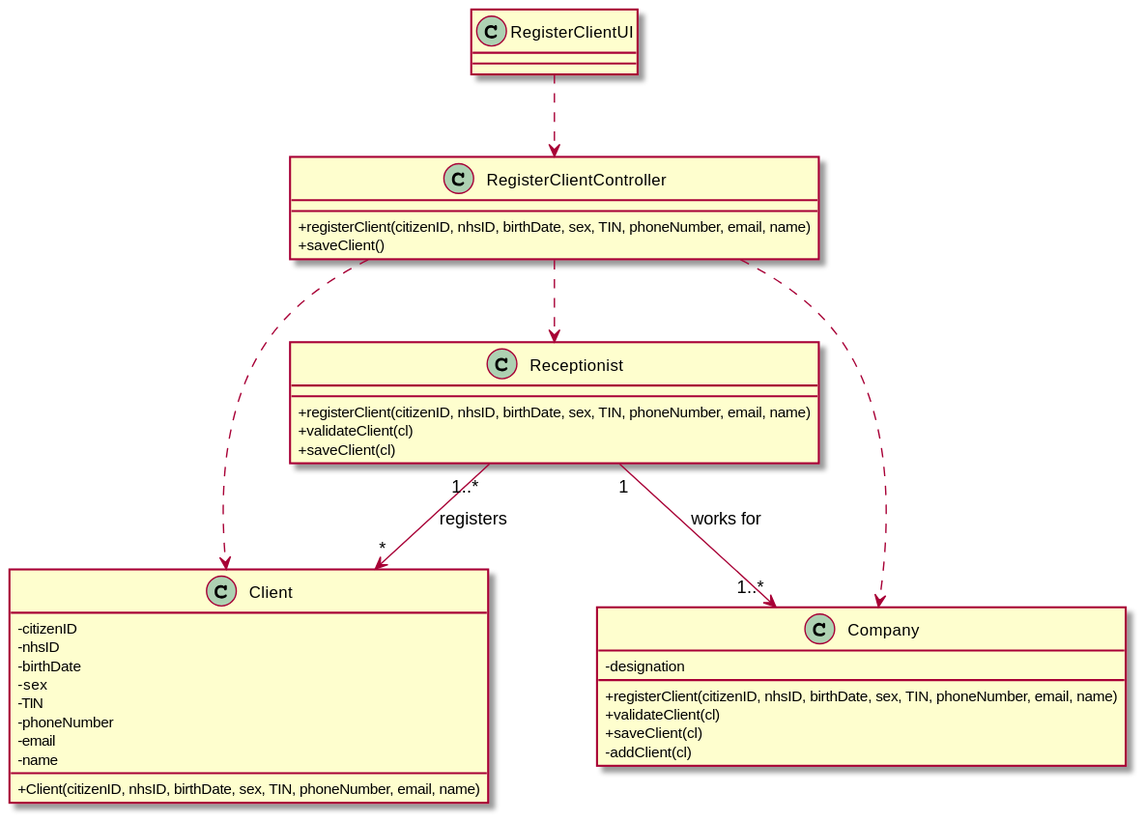
The PlantUML diagram docs/SprintB/US03/US03-CD.svg in 0franciscor/lei-21-s2-1de-g19, before a commit.
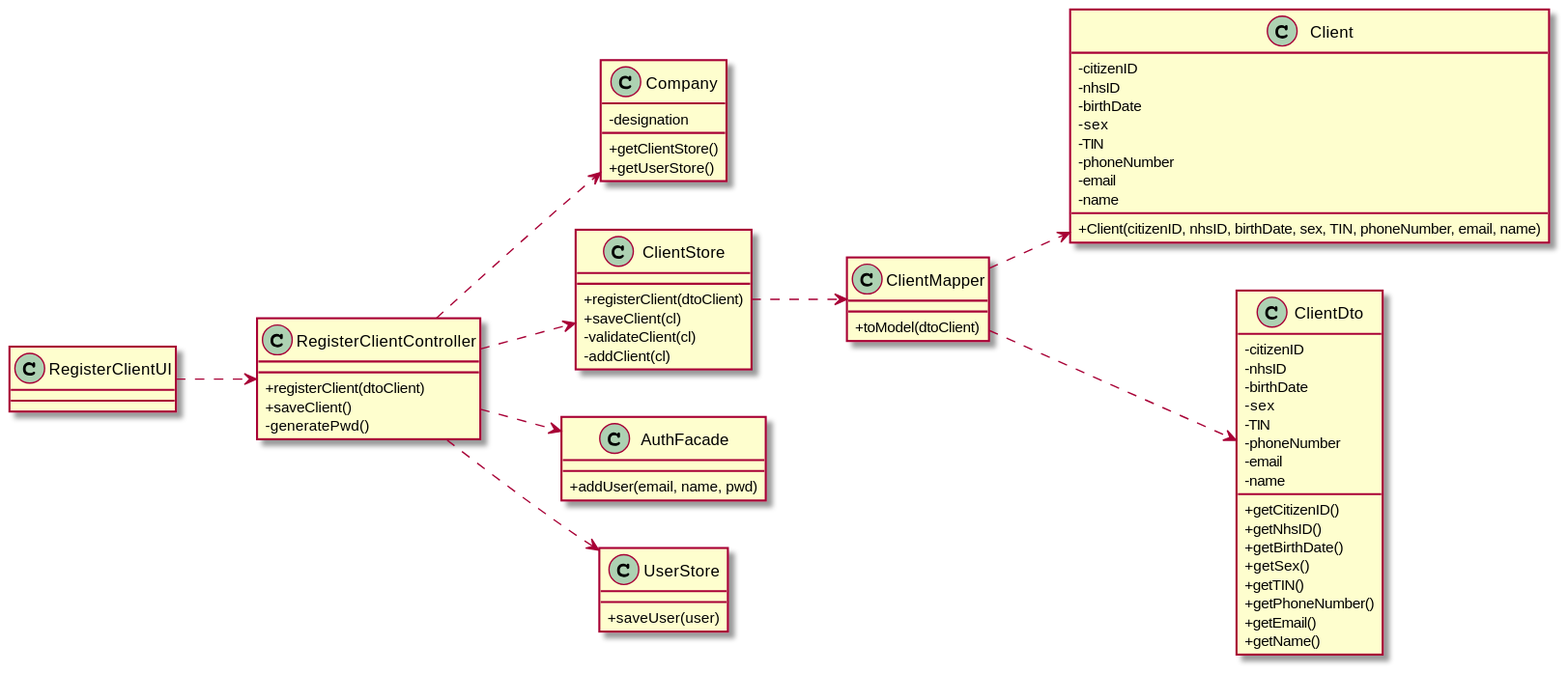
Later version of the same file.

Change to the diagram source:
```diff
@@ -1,11 +1,8 @@
 @startuml
 
 skinparam classAttributeIconSize 0
-class "Receptionist" as R {
-+registerClient(citizenID, nhsID, birthDate, sex, TIN, phoneNumber, email, name)
-+validateClient(cl)
-+saveClient(cl)
-}
+left to right direction
+
 class "Client" as cl {
 -citizenID
 -nhsID
@@ -18,25 +15,63 @@
 +Client(citizenID, nhsID, birthDate, sex, TIN, phoneNumber, email, name)
 }
 class "RegisterClientController" as RCC {
-+registerClient(citizenID, nhsID, birthDate, sex, TIN, phoneNumber, email, name)
++registerClient(dtoClient)
 +saveClient()
+-generatePwd()
 }
 
 class "Company" as C {
 -designation
-+registerClient(citizenID, nhsID, birthDate, sex, TIN, phoneNumber, email, name)
-+validateClient(cl)
-+saveClient(cl)
--addClient(cl)
++getClientStore()
++getUserStore()
 }
 
 class "RegisterClientUI" as RCUI
 
-R "1" --> "1..*" C : works for
+class "ClientStore" as CS {
++registerClient(dtoClient)
++saveClient(cl)
+-validateClient(cl)
+-addClient(cl)
+}
+
+class "AuthFacade" as AF {
++addUser(email, name, pwd)
+}
+
+class "ClientDto" as CDTO {
+-citizenID
+-nhsID
+-birthDate
+-sex
+-TIN
+-phoneNumber
+-email
+-name
++getCitizenID()
++getNhsID()
++getBirthDate()
++getSex()
++getTIN()
++getPhoneNumber()
++getEmail()
++getName()
+}
+
+class "UserStore" as US {
++saveUser(user)
+}
+
+class "ClientMapper" as CM {
++toModel(dtoClient)
+}
+
 RCUI ..> RCC
 RCC ..> C
-RCC ..> cl
-RCC ..> R
-R "1..*" --> "*" cl : registers
-
+RCC ..> CS
+CS ..> CM
+CM ..> CDTO
+CM ..> cl
+RCC ..> AF
+RCC ..> US
 @enduml
```
